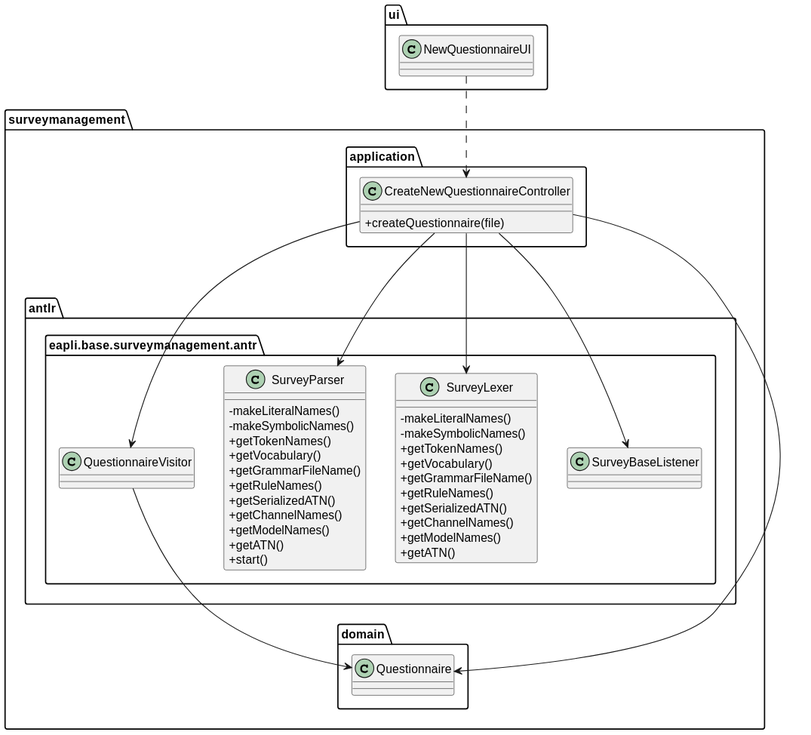
0franciscor/lei21_22_s4_2de_01 keeps this PlantUML diagram as docs/1201382/US3001/US3001_CD.svg. Above is the earlier version. Source of this version:
```plantuml
@startuml

skinparam classAttributeIconSize 0

package ui {
class NewQuestionnaireUI{}
}

package surveymanagement {

package application{
class CreateNewQuestionnaireController{
+createQuestionnaire(file)
}
}

package antlr{
package eapli.base.surveymanagement.antr {
class SurveyLexer {
-makeLiteralNames()
-makeSymbolicNames()
+getTokenNames()
+getVocabulary()
+getGrammarFileName()
+getRuleNames()
+getSerializedATN()
+getChannelNames()
+getModelNames()
+getATN()
}

class SurveyParser {
-makeLiteralNames()
-makeSymbolicNames()
+getTokenNames()
+getVocabulary()
+getGrammarFileName()
+getRuleNames()
+getSerializedATN()
+getChannelNames()
+getModelNames()
+getATN()
+start()
}

class QuestionnaireVisitor {}

class SurveyBaseListener {}

}
}



package domain{
class Questionnaire {}
}

}


NewQuestionnaireUI ..> CreateNewQuestionnaireController

CreateNewQuestionnaireController ----> Questionnaire
CreateNewQuestionnaireController -> QuestionnaireVisitor
CreateNewQuestionnaireController ---> SurveyBaseListener
CreateNewQuestionnaireController -> SurveyParser
CreateNewQuestionnaireController -> SurveyLexer

QuestionnaireVisitor -> Questionnaire









@enduml
```
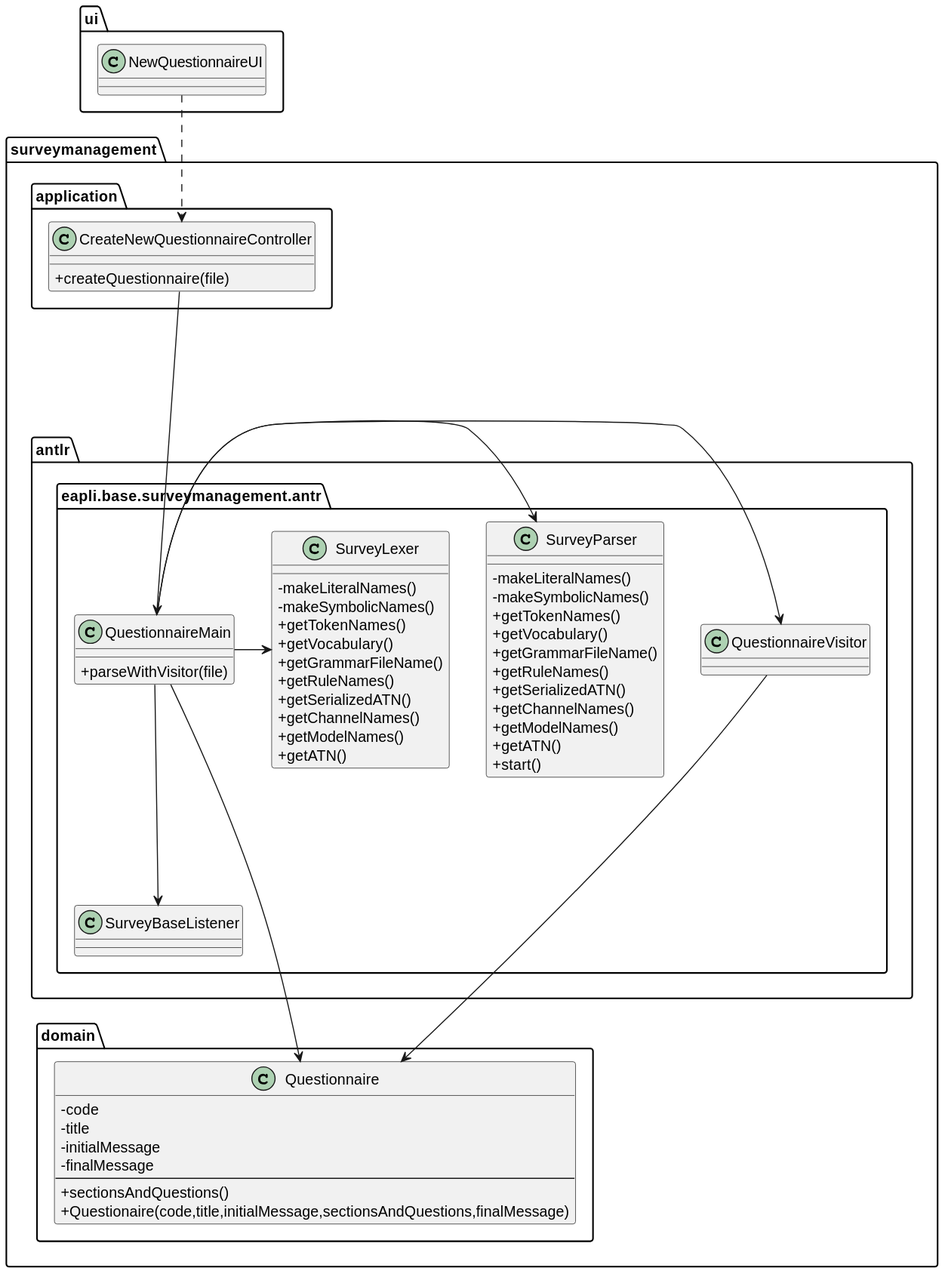
Later version of the same file.

Commit message:
#15 Class Diagram updated

The edit, as a diff of the source:
```diff
@@ -43,6 +43,10 @@
 +start()
 }
 
+class QuestionnaireMain {
++parseWithVisitor(file)
+
+}
 class QuestionnaireVisitor {}
 
 class SurveyBaseListener {}
@@ -53,7 +57,14 @@
 
 
 package domain{
-class Questionnaire {}
+class Questionnaire {
+-code
+-title
+-initialMessage
+-finalMessage
+---
++sectionsAndQuestions()
++Questionaire(code,title,initialMessage,sectionsAndQuestions,finalMessage)
 }
 
 }
@@ -61,11 +72,12 @@
 
 NewQuestionnaireUI ..> CreateNewQuestionnaireController
 
-CreateNewQuestionnaireController ----> Questionnaire
-CreateNewQuestionnaireController -> QuestionnaireVisitor
-CreateNewQuestionnaireController ---> SurveyBaseListener
-CreateNewQuestionnaireController -> SurveyParser
-CreateNewQuestionnaireController -> SurveyLexer
+CreateNewQuestionnaireController ----> QuestionnaireMain
+QuestionnaireMain ----> Questionnaire
+QuestionnaireMain -> QuestionnaireVisitor
+QuestionnaireMain ---> SurveyBaseListener
+QuestionnaireMain -> SurveyParser
+QuestionnaireMain -> SurveyLexer
 
 QuestionnaireVisitor -> Questionnaire
 
```
